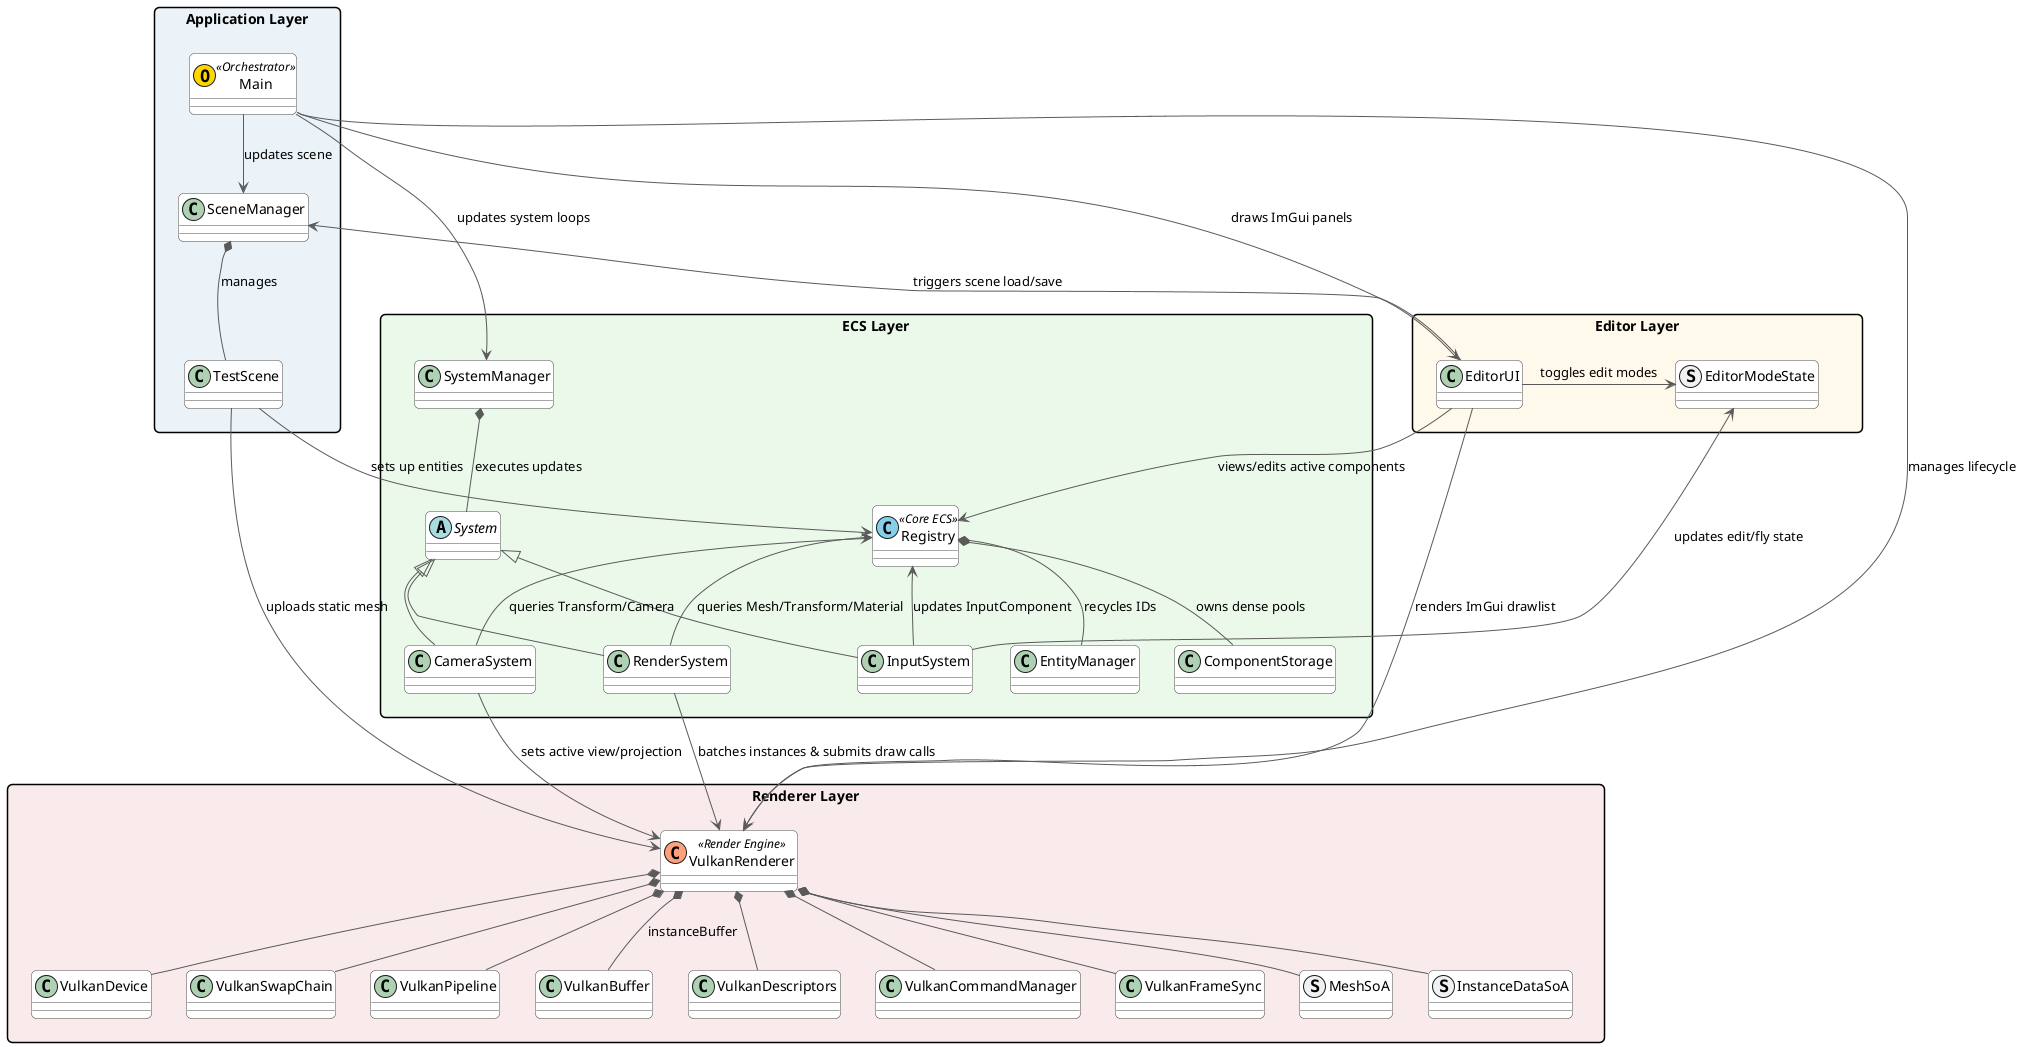
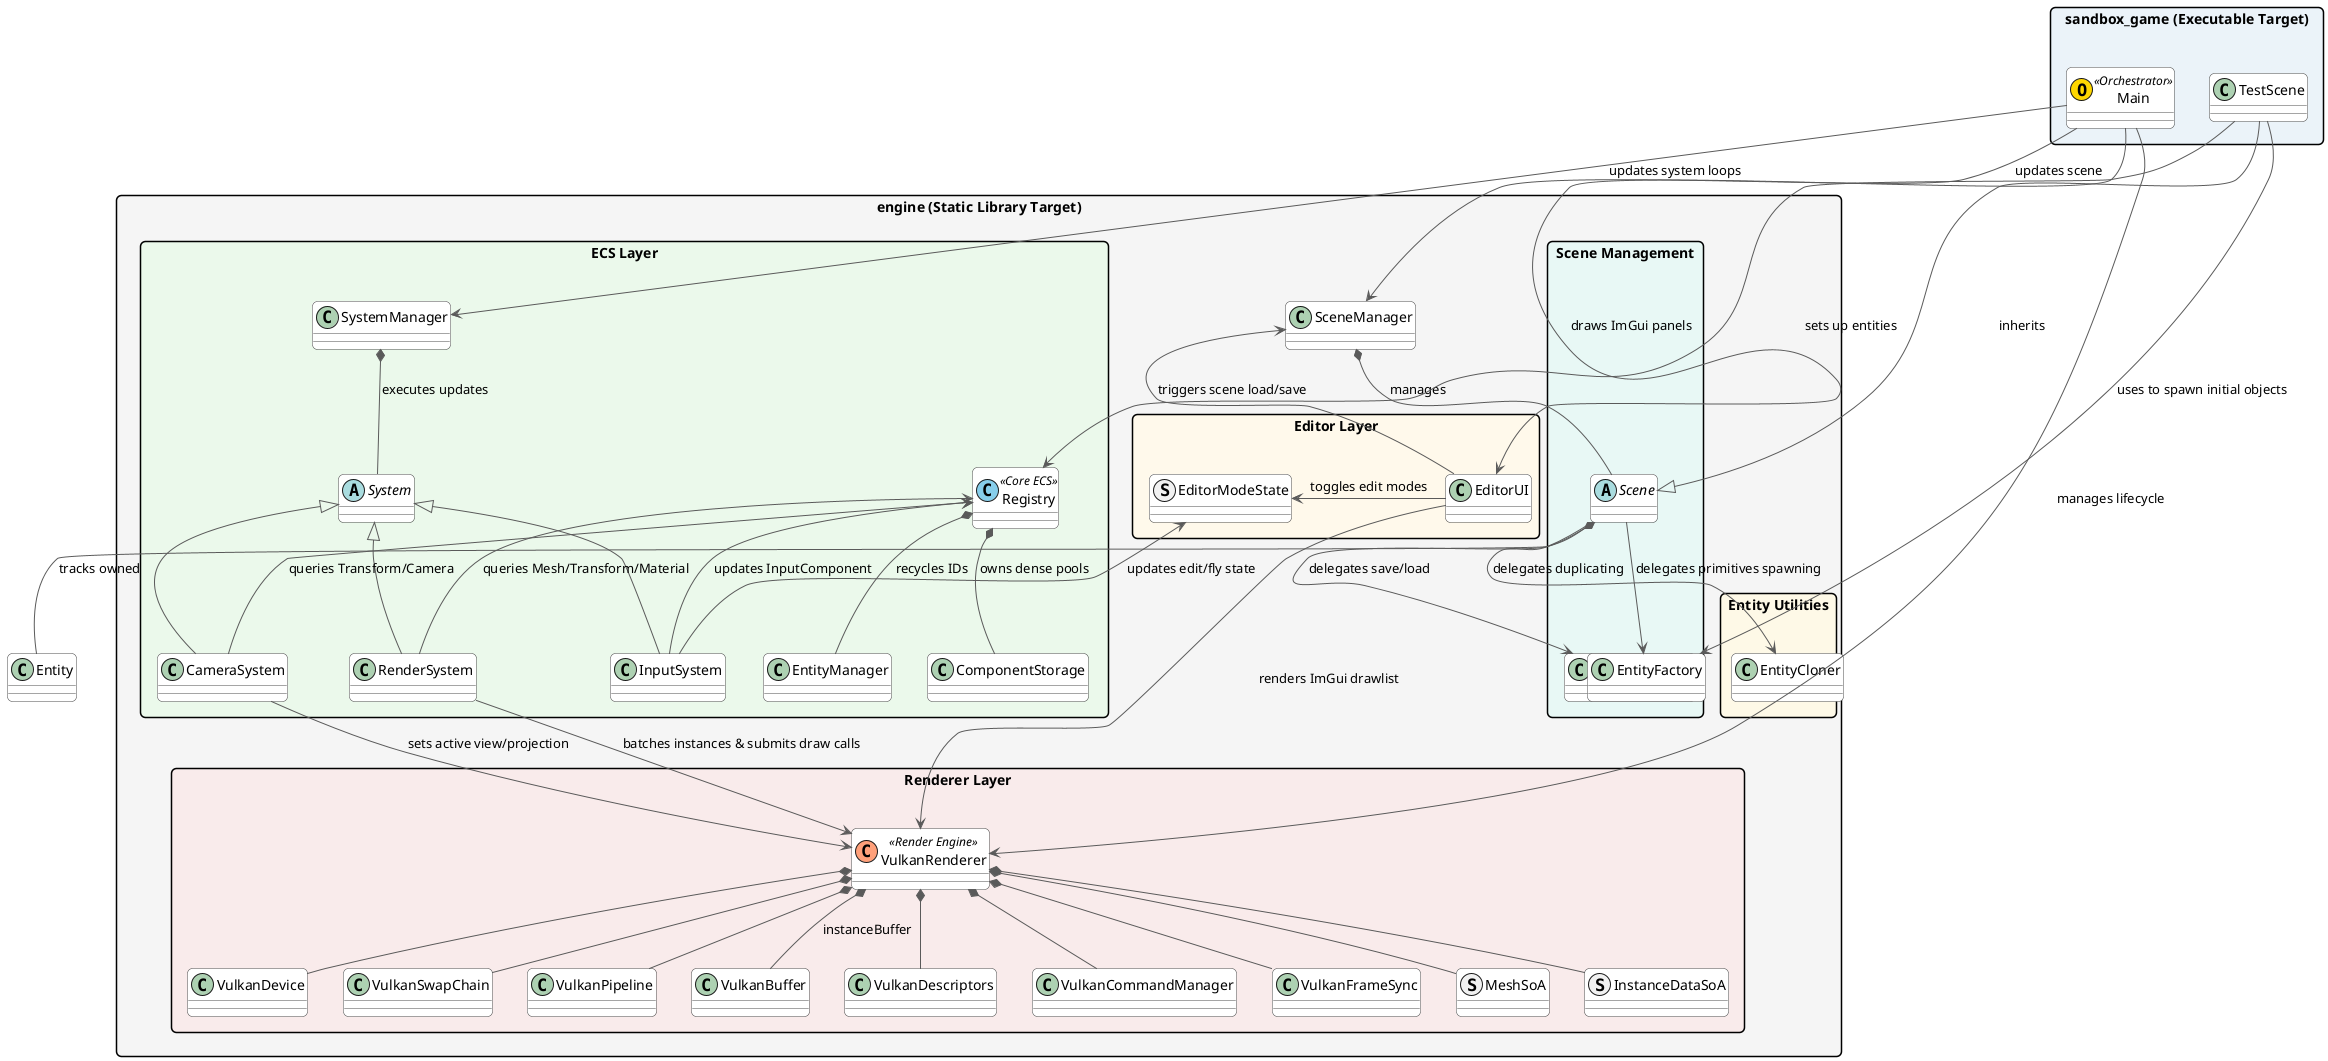
@startuml Architecture
skinparam monochrome false
skinparam shadowing false
skinparam packageStyle rectangle
skinparam roundCorner 10

' Style configuration
skinparam class {
    BackgroundColor White
    BorderColor #4A4A4A
    ArrowColor #5A5A5A
    AttributeIconSize 0
}

- package "Application Layer" #EBF3F9 {
+ package "sandbox_game (Executable Target)" #EBF3F9 {
    class Main << (O, #FFD700) Orchestrator >>
-     class SceneManager
    class TestScene
}

- package "Editor Layer" #FFF9EB {
-     class EditorUI
-     struct EditorModeState
+ package "engine (Static Library Target)" #F5F5F5 {
+     package "Scene Management" #E8F8F5 {
+         abstract class Scene
+         class SceneManager
+         class SceneSerializer
+     }
+ 
+     package "Entity Utilities" #FEF9E7 {
+         class EntityFactory
+         class EntityCloner
+     }
+ 
+     package "Editor Layer" #FFF9EB {
+         class EditorUI
+         struct EditorModeState
+     }
+ 
+     package "ECS Layer" #EBF9EB {
+         class Registry << (C, #87CEEB) Core ECS >>
+         class EntityManager
+         class ComponentStorage
+         class SystemManager
+ 
+         abstract class System
+         class InputSystem
+         class CameraSystem
+         class RenderSystem
+     }
+ 
+     package "Renderer Layer" #F9EBEB {
+         class VulkanRenderer << (C, #FFA07A) Render Engine >>
+         class VulkanDevice
+         class VulkanSwapChain
+         class VulkanPipeline
+         class VulkanBuffer
+         class VulkanDescriptors
+         class VulkanCommandManager
+         class VulkanFrameSync
+         struct MeshSoA
+         struct InstanceDataSoA
+     }
}
- 
- package "ECS Layer" #EBF9EB {
-     class Registry << (C, #87CEEB) Core ECS >>
-     class EntityManager
-     class ComponentStorage
-     class SystemManager
- 
-     abstract class System
-     class InputSystem
-     class CameraSystem
-     class RenderSystem
- }
- 
- package "Renderer Layer" #F9EBEB {
-     class VulkanRenderer << (C, #FFA07A) Render Engine >>
-     class VulkanDevice
-     class VulkanSwapChain
-     class VulkanPipeline
-     class VulkanBuffer
-     class VulkanDescriptors
-     class VulkanCommandManager
-     class VulkanFrameSync
-     struct MeshSoA
-     struct InstanceDataSoA
- }
- 
- ' Hidden layout alignment links to structure the diagram tiers vertically
- "Application Layer" -[hidden]down-> "Editor Layer"
- "Editor Layer" -[hidden]right-> "ECS Layer"
- "Editor Layer" -[hidden]down-> "Renderer Layer"
- "ECS Layer" -[hidden]down-> "Renderer Layer"

' Control Flow
Main -down-> SceneManager : updates scene
Main -down-> SystemManager : updates system loops
Main -down-> EditorUI : draws ImGui panels
Main -down-> VulkanRenderer : manages lifecycle

' Internal Application Relationships
- SceneManager *-- TestScene : manages
+ SceneManager *-- Scene : manages
+ TestScene -up-|> Scene : inherits
TestScene -down-> Registry : sets up entities
- TestScene -down-> VulkanRenderer : uploads static mesh
+ TestScene -down-> EntityFactory : uses to spawn initial objects
+ 
+ ' Scene management helpers usage
+ Scene -down-> SceneSerializer : delegates save/load
+ Scene -down-> EntityFactory : delegates primitives spawning
+ Scene -down-> EntityCloner : delegates duplicating
+ Scene *-- Entity : tracks owned

' Internal ECS Relationships
Registry *-- EntityManager : recycles IDs
Registry *-- ComponentStorage : owns dense pools
SystemManager *-- System : executes updates
System <|-- InputSystem
System <|-- CameraSystem
System <|-- RenderSystem

' Internal Renderer Relationships
VulkanRenderer *-- VulkanDevice
VulkanRenderer *-- VulkanSwapChain
VulkanRenderer *-- VulkanPipeline
VulkanRenderer *-- VulkanBuffer : instanceBuffer
VulkanRenderer *-- VulkanDescriptors
VulkanRenderer *-- VulkanCommandManager
VulkanRenderer *-- VulkanFrameSync
VulkanRenderer *-- MeshSoA
VulkanRenderer *-- InstanceDataSoA

- ' Inter-Package Dependencies (Aligned for minimal crossings)
+ ' Inter-Package Dependencies
InputSystem -left-> EditorModeState : updates edit/fly state
InputSystem -up-> Registry : updates InputComponent

CameraSystem -up-> Registry : queries Transform/Camera
CameraSystem -down-> VulkanRenderer : sets active view/projection

RenderSystem -up-> Registry : queries Mesh/Transform/Material
RenderSystem -down-> VulkanRenderer : batches instances & submits draw calls

EditorUI -right-> Registry : views/edits active components
EditorUI -left-> EditorModeState : toggles edit modes
EditorUI -down-> VulkanRenderer : renders ImGui drawlist
EditorUI -up-> SceneManager : triggers scene load/save
@enduml
